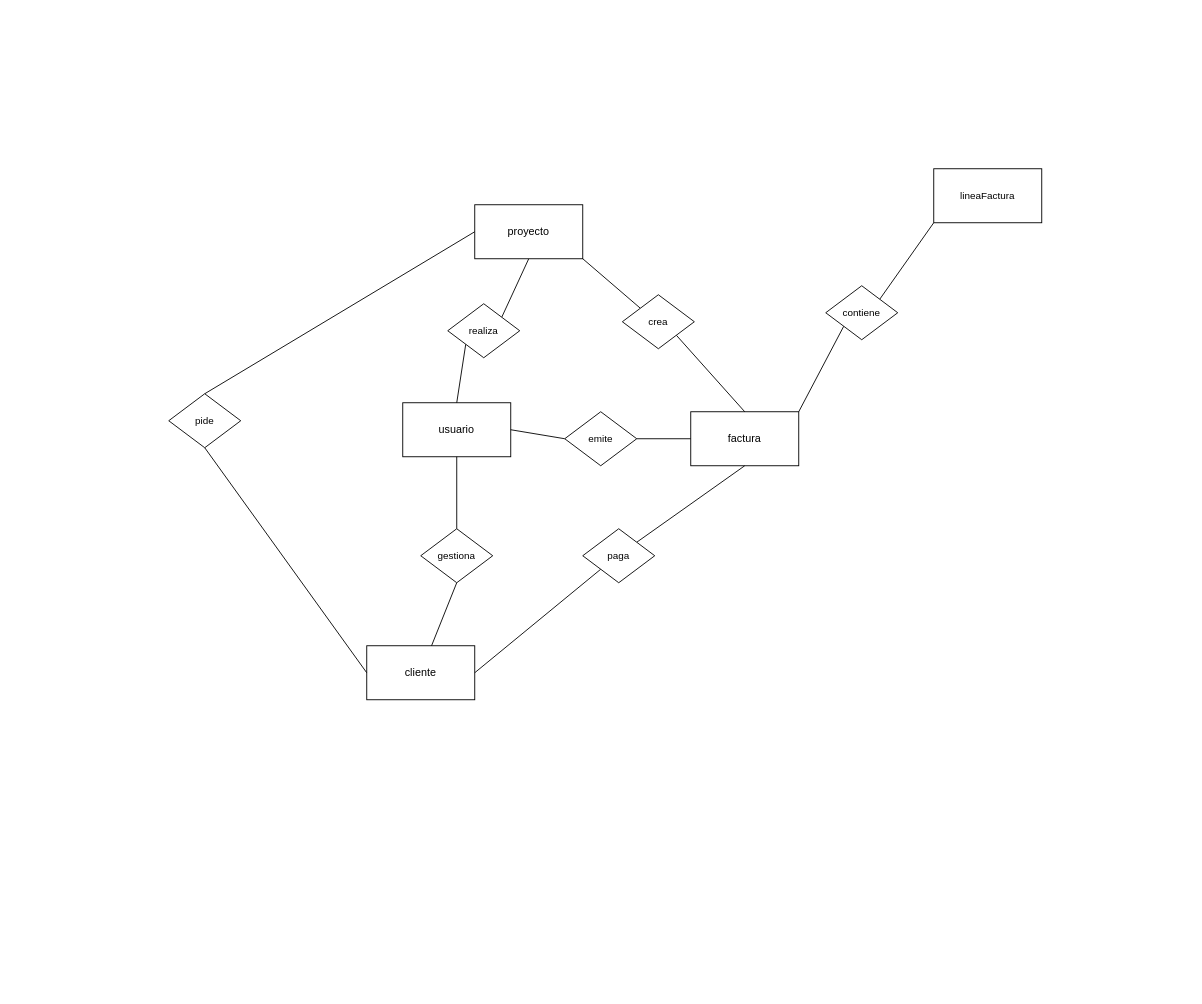
The draw.io diagram Diagrama sin título.drawio in DesSussu/CRUD, before the edit. Source tidied: cells renumbered, new cells numbered last; positions are measured from the earlier drawing's top-left corner, leaving out a move shared by most shapes. Both pictures are drawn from the tidied source at 90%, with x=0, y=0 at pixel (168, 168).
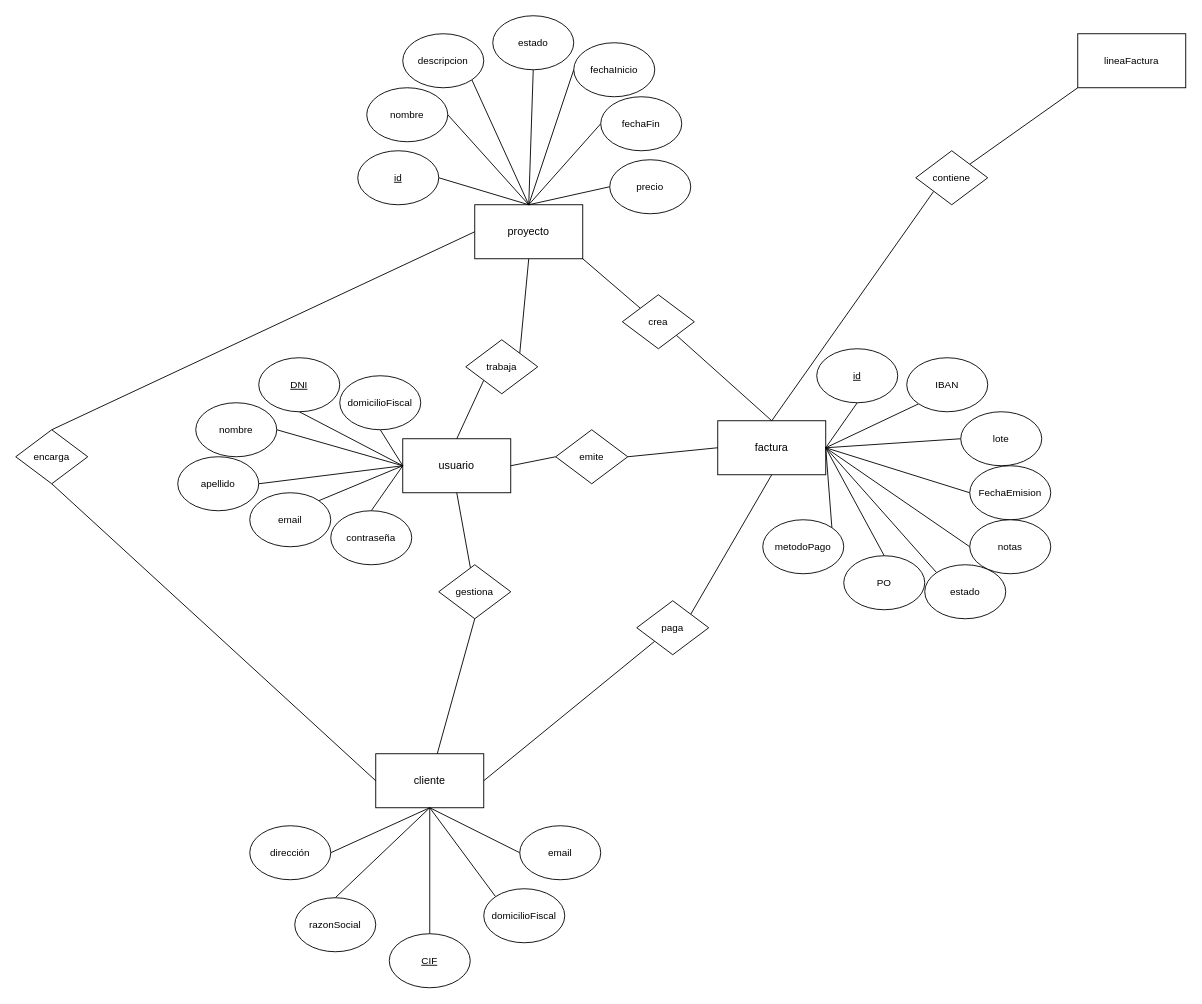
The same diagram, later.

The change refers to these unchanged cells:
```xml
<mxCell id="10" value="proyecto" style="rounded=0;whiteSpace=wrap;html=1;" parent="1" vertex="1">
  <mxGeometry x="340" y="40" width="120" height="60" as="geometry" />
</mxCell>
```

What changed in the source:
```diff
@@
+    <mxCell id="26" style="edgeStyle=none;shape=connector;rounded=0;jettySize=auto;html=1;exitX=0.5;exitY=0;exitDx=0;exitDy=0;entryX=0;entryY=1;entryDx=0;entryDy=0;strokeColor=default;align=center;verticalAlign=middle;fontFamily=Helvetica;fontSize=11;fontColor=default;labelBackgroundColor=default;startFill=0;endArrow=none;" parent="1" edge="1" source="3" target="27">
+      <mxGeometry relative="1" as="geometry" />
+    </mxCell>
     <mxCell id="3" value="factura" style="rounded=0;whiteSpace=wrap;html=1;" parent="1" vertex="1">
-      <mxGeometry x="580" y="270" width="120" height="60" as="geometry" />
+      <mxGeometry x="610" y="280" width="120" height="60" as="geometry" />
     </mxCell>
     <mxCell id="4" value="cliente" style="rounded=0;whiteSpace=wrap;html=1;" parent="1" vertex="1">
-      <mxGeometry x="220" y="530" width="120" height="60" as="geometry" />
+      <mxGeometry x="230" y="650" width="120" height="60" as="geometry" />
     </mxCell>
@@
     <mxCell id="7" value="usuario" style="rounded=0;whiteSpace=wrap;html=1;" parent="1" vertex="1">
-      <mxGeometry x="260" y="260" width="120" height="60" as="geometry" />
+      <mxGeometry x="260" y="300" width="120" height="60" as="geometry" />
     </mxCell>
@@
     <mxCell id="11" value="lineaFactura" style="rounded=0;whiteSpace=wrap;html=1;fontFamily=Helvetica;fontSize=11;fontColor=default;labelBackgroundColor=default;" parent="1" vertex="1">
-      <mxGeometry x="850" width="120" height="60" as="geometry" />
+      <mxGeometry x="1010" y="-150" width="120" height="60" as="geometry" />
     </mxCell>
@@
-    <mxCell id="14" value="pide" style="rhombus;whiteSpace=wrap;html=1;fontFamily=Helvetica;fontSize=11;fontColor=default;labelBackgroundColor=default;" parent="1" vertex="1">
-      <mxGeometry y="250" width="80" height="60" as="geometry" />
+    <mxCell id="14" value="encarga" style="rhombus;whiteSpace=wrap;html=1;fontFamily=Helvetica;fontSize=11;fontColor=default;labelBackgroundColor=default;" parent="1" vertex="1">
+      <mxGeometry x="-170" y="290" width="80" height="60" as="geometry" />
     </mxCell>
@@
     <mxCell id="16" value="gestiona" style="rhombus;whiteSpace=wrap;html=1;fontFamily=Helvetica;fontSize=11;fontColor=default;labelBackgroundColor=default;" parent="1" vertex="1">
-      <mxGeometry x="280" y="400" width="80" height="60" as="geometry" />
+      <mxGeometry x="300" y="440" width="80" height="60" as="geometry" />
     </mxCell>
@@
-    <mxCell id="18" value="realiza" style="rhombus;whiteSpace=wrap;html=1;fontFamily=Helvetica;fontSize=11;fontColor=default;labelBackgroundColor=default;" parent="1" vertex="1">
-      <mxGeometry x="310" y="150" width="80" height="60" as="geometry" />
+    <mxCell id="18" value="trabaja" style="rhombus;whiteSpace=wrap;html=1;fontFamily=Helvetica;fontSize=11;fontColor=default;labelBackgroundColor=default;" parent="1" vertex="1">
+      <mxGeometry x="330" y="190" width="80" height="60" as="geometry" />
     </mxCell>
@@
     <mxCell id="20" value="emite" style="rhombus;whiteSpace=wrap;html=1;fontFamily=Helvetica;fontSize=11;fontColor=default;labelBackgroundColor=default;" parent="1" vertex="1">
-      <mxGeometry x="440" y="270" width="80" height="60" as="geometry" />
+      <mxGeometry x="430" y="290" width="80" height="60" as="geometry" />
     </mxCell>
@@
     <mxCell id="25" value="paga" style="rhombus;whiteSpace=wrap;html=1;fontFamily=Helvetica;fontSize=11;fontColor=default;labelBackgroundColor=default;" parent="1" vertex="1">
-      <mxGeometry x="460" y="400" width="80" height="60" as="geometry" />
+      <mxGeometry x="520" y="480" width="80" height="60" as="geometry" />
     </mxCell>
-    <mxCell id="26" style="edgeStyle=none;shape=connector;rounded=0;jettySize=auto;html=1;exitX=1;exitY=0;exitDx=0;exitDy=0;entryX=0;entryY=1;entryDx=0;entryDy=0;strokeColor=default;align=center;verticalAlign=middle;fontFamily=Helvetica;fontSize=11;fontColor=default;labelBackgroundColor=default;startFill=0;endArrow=none;" parent="1" edge="1" source="3" target="27">
-      <mxGeometry relative="1" as="geometry" />
-    </mxCell>
     <mxCell id="27" value="contiene" style="rhombus;whiteSpace=wrap;html=1;fontFamily=Helvetica;fontSize=11;fontColor=default;labelBackgroundColor=default;" parent="1" vertex="1">
-      <mxGeometry x="730" y="130" width="80" height="60" as="geometry" />
+      <mxGeometry x="830" y="-20" width="80" height="60" as="geometry" />
     </mxCell>
+    <mxCell id="28" style="edgeStyle=none;shape=connector;rounded=0;jettySize=auto;html=1;exitX=1;exitY=0.5;exitDx=0;exitDy=0;entryX=0.5;entryY=0;entryDx=0;entryDy=0;strokeColor=default;align=center;verticalAlign=middle;fontFamily=Helvetica;fontSize=11;fontColor=default;labelBackgroundColor=default;startFill=0;endArrow=none;" parent="1" edge="1" source="29" target="10">
+      <mxGeometry relative="1" as="geometry" />
+    </mxCell>
+    <mxCell id="29" value="&lt;u&gt;id&lt;/u&gt;" style="ellipse;whiteSpace=wrap;html=1;fontFamily=Helvetica;fontSize=11;fontColor=default;labelBackgroundColor=default;" parent="1" vertex="1">
+      <mxGeometry x="210" y="-20" width="90" height="60" as="geometry" />
+    </mxCell>
+    <mxCell id="30" style="edgeStyle=none;shape=connector;rounded=0;jettySize=auto;html=1;exitX=1;exitY=0.5;exitDx=0;exitDy=0;entryX=0.5;entryY=0;entryDx=0;entryDy=0;strokeColor=default;align=center;verticalAlign=middle;fontFamily=Helvetica;fontSize=11;fontColor=default;labelBackgroundColor=default;startFill=0;endArrow=none;" parent="1" edge="1" source="31" target="10">
+      <mxGeometry relative="1" as="geometry" />
+    </mxCell>
+    <mxCell id="31" value="nombre" style="ellipse;whiteSpace=wrap;html=1;fontFamily=Helvetica;fontSize=11;fontColor=default;labelBackgroundColor=default;" parent="1" vertex="1">
+      <mxGeometry x="220" y="-90" width="90" height="60" as="geometry" />
+    </mxCell>
+    <mxCell id="32" style="edgeStyle=none;shape=connector;rounded=0;jettySize=auto;html=1;exitX=1;exitY=1;exitDx=0;exitDy=0;strokeColor=default;align=center;verticalAlign=middle;fontFamily=Helvetica;fontSize=11;fontColor=default;labelBackgroundColor=default;startFill=0;endArrow=none;" parent="1" edge="1" source="33">
+      <mxGeometry relative="1" as="geometry">
+        <mxPoint x="400" y="40" as="targetPoint" />
+      </mxGeometry>
+    </mxCell>
+    <mxCell id="33" value="descripcion" style="ellipse;whiteSpace=wrap;html=1;fontFamily=Helvetica;fontSize=11;fontColor=default;labelBackgroundColor=default;" parent="1" vertex="1">
+      <mxGeometry x="260" y="-150" width="90" height="60" as="geometry" />
+    </mxCell>
+    <mxCell id="34" style="edgeStyle=none;shape=connector;rounded=0;jettySize=auto;html=1;exitX=0.5;exitY=1;exitDx=0;exitDy=0;entryX=0.5;entryY=0;entryDx=0;entryDy=0;strokeColor=default;align=center;verticalAlign=middle;fontFamily=Helvetica;fontSize=11;fontColor=default;labelBackgroundColor=default;startFill=0;endArrow=none;" parent="1" edge="1" source="35" target="10">
+      <mxGeometry relative="1" as="geometry" />
+    </mxCell>
+    <mxCell id="35" value="estado" style="ellipse;whiteSpace=wrap;html=1;fontFamily=Helvetica;fontSize=11;fontColor=default;labelBackgroundColor=default;" parent="1" vertex="1">
+      <mxGeometry x="360" y="-170" width="90" height="60" as="geometry" />
+    </mxCell>
+    <mxCell id="36" style="edgeStyle=none;shape=connector;rounded=0;jettySize=auto;html=1;exitX=0;exitY=0.5;exitDx=0;exitDy=0;entryX=0.5;entryY=0;entryDx=0;entryDy=0;strokeColor=default;align=center;verticalAlign=middle;fontFamily=Helvetica;fontSize=11;fontColor=default;labelBackgroundColor=default;startFill=0;endArrow=none;" parent="1" edge="1" source="37" target="10">
+      <mxGeometry relative="1" as="geometry" />
+    </mxCell>
+    <mxCell id="37" value="fechaInicio" style="ellipse;whiteSpace=wrap;html=1;fontFamily=Helvetica;fontSize=11;fontColor=default;labelBackgroundColor=default;" parent="1" vertex="1">
+      <mxGeometry x="450" y="-140" width="90" height="60" as="geometry" />
+    </mxCell>
+    <mxCell id="38" style="edgeStyle=none;shape=connector;rounded=0;jettySize=auto;html=1;exitX=0;exitY=0.5;exitDx=0;exitDy=0;entryX=0.5;entryY=0;entryDx=0;entryDy=0;strokeColor=default;align=center;verticalAlign=middle;fontFamily=Helvetica;fontSize=11;fontColor=default;labelBackgroundColor=default;startFill=0;endArrow=none;" parent="1" edge="1" source="39" target="10">
+      <mxGeometry relative="1" as="geometry" />
+    </mxCell>
+    <mxCell id="39" value="fechaFin" style="ellipse;whiteSpace=wrap;html=1;fontFamily=Helvetica;fontSize=11;fontColor=default;labelBackgroundColor=default;" parent="1" vertex="1">
+      <mxGeometry x="480" y="-80" width="90" height="60" as="geometry" />
+    </mxCell>
+    <mxCell id="40" style="edgeStyle=none;shape=connector;rounded=0;jettySize=auto;html=1;exitX=0;exitY=0.5;exitDx=0;exitDy=0;entryX=0.5;entryY=0;entryDx=0;entryDy=0;strokeColor=default;align=center;verticalAlign=middle;fontFamily=Helvetica;fontSize=11;fontColor=default;labelBackgroundColor=default;startFill=0;endArrow=none;" parent="1" edge="1" source="41" target="10">
+      <mxGeometry relative="1" as="geometry" />
+    </mxCell>
+    <mxCell id="41" value="precio" style="ellipse;whiteSpace=wrap;html=1;fontFamily=Helvetica;fontSize=11;fontColor=default;labelBackgroundColor=default;" parent="1" vertex="1">
+      <mxGeometry x="490" y="-10" width="90" height="60" as="geometry" />
+    </mxCell>
+    <mxCell id="42" style="edgeStyle=none;shape=connector;rounded=0;jettySize=auto;html=1;exitX=0.5;exitY=1;exitDx=0;exitDy=0;entryX=0;entryY=0.5;entryDx=0;entryDy=0;strokeColor=default;align=center;verticalAlign=middle;fontFamily=Helvetica;fontSize=11;fontColor=default;labelBackgroundColor=default;startFill=0;endArrow=none;" parent="1" edge="1" source="43" target="7">
+      <mxGeometry relative="1" as="geometry" />
+    </mxCell>
+    <mxCell id="43" value="&lt;u&gt;DNI&lt;/u&gt;" style="ellipse;whiteSpace=wrap;html=1;fontFamily=Helvetica;fontSize=11;fontColor=default;labelBackgroundColor=default;" parent="1" vertex="1">
+      <mxGeometry x="100" y="210" width="90" height="60" as="geometry" />
+    </mxCell>
+    <mxCell id="44" style="edgeStyle=none;shape=connector;rounded=0;jettySize=auto;html=1;exitX=1;exitY=0.5;exitDx=0;exitDy=0;entryX=0;entryY=0.5;entryDx=0;entryDy=0;strokeColor=default;align=center;verticalAlign=middle;fontFamily=Helvetica;fontSize=11;fontColor=default;labelBackgroundColor=default;startFill=0;endArrow=none;" parent="1" edge="1" source="45" target="7">
+      <mxGeometry relative="1" as="geometry" />
+    </mxCell>
+    <mxCell id="45" value="nombre" style="ellipse;whiteSpace=wrap;html=1;fontFamily=Helvetica;fontSize=11;fontColor=default;labelBackgroundColor=default;" parent="1" vertex="1">
+      <mxGeometry x="30" y="260" width="90" height="60" as="geometry" />
+    </mxCell>
+    <mxCell id="46" style="edgeStyle=none;shape=connector;rounded=0;jettySize=auto;html=1;exitX=1;exitY=0.5;exitDx=0;exitDy=0;entryX=0;entryY=0.5;entryDx=0;entryDy=0;strokeColor=default;align=center;verticalAlign=middle;fontFamily=Helvetica;fontSize=11;fontColor=default;labelBackgroundColor=default;startFill=0;endArrow=none;" parent="1" edge="1" source="47" target="7">
+      <mxGeometry relative="1" as="geometry" />
+    </mxCell>
+    <mxCell id="47" value="apellido" style="ellipse;whiteSpace=wrap;html=1;fontFamily=Helvetica;fontSize=11;fontColor=default;labelBackgroundColor=default;" parent="1" vertex="1">
+      <mxGeometry x="10" y="320" width="90" height="60" as="geometry" />
+    </mxCell>
+    <mxCell id="48" style="edgeStyle=none;shape=connector;rounded=0;jettySize=auto;html=1;exitX=1;exitY=0;exitDx=0;exitDy=0;entryX=0;entryY=0.5;entryDx=0;entryDy=0;strokeColor=default;align=center;verticalAlign=middle;fontFamily=Helvetica;fontSize=11;fontColor=default;labelBackgroundColor=default;startFill=0;endArrow=none;" parent="1" edge="1" source="49" target="7">
+      <mxGeometry relative="1" as="geometry" />
+    </mxCell>
+    <mxCell id="49" value="email" style="ellipse;whiteSpace=wrap;html=1;fontFamily=Helvetica;fontSize=11;fontColor=default;labelBackgroundColor=default;" parent="1" vertex="1">
+      <mxGeometry x="90" y="360" width="90" height="60" as="geometry" />
+    </mxCell>
+    <mxCell id="50" style="edgeStyle=none;shape=connector;rounded=0;jettySize=auto;html=1;exitX=0.5;exitY=0;exitDx=0;exitDy=0;strokeColor=default;align=center;verticalAlign=middle;fontFamily=Helvetica;fontSize=11;fontColor=default;labelBackgroundColor=default;startFill=0;endArrow=none;" parent="1" edge="1" source="51">
+      <mxGeometry relative="1" as="geometry">
+        <mxPoint x="260" y="330" as="targetPoint" />
+      </mxGeometry>
+    </mxCell>
+    <mxCell id="51" value="contraseña" style="ellipse;whiteSpace=wrap;html=1;fontFamily=Helvetica;fontSize=11;fontColor=default;labelBackgroundColor=default;" parent="1" vertex="1">
+      <mxGeometry x="180" y="380" width="90" height="60" as="geometry" />
+    </mxCell>
+    <mxCell id="52" style="edgeStyle=none;shape=connector;rounded=0;jettySize=auto;html=1;exitX=0.5;exitY=0;exitDx=0;exitDy=0;strokeColor=default;align=center;verticalAlign=middle;fontFamily=Helvetica;fontSize=11;fontColor=default;labelBackgroundColor=default;startFill=0;endArrow=none;" parent="1" edge="1" source="53" target="4">
+      <mxGeometry relative="1" as="geometry" />
+    </mxCell>
+    <mxCell id="53" value="&lt;u&gt;CIF&lt;/u&gt;" style="ellipse;whiteSpace=wrap;html=1;fontFamily=Helvetica;fontSize=11;fontColor=default;labelBackgroundColor=default;" parent="1" vertex="1">
+      <mxGeometry x="245" y="850" width="90" height="60" as="geometry" />
+    </mxCell>
+    <mxCell id="54" style="edgeStyle=none;shape=connector;rounded=0;jettySize=auto;html=1;exitX=0.5;exitY=1;exitDx=0;exitDy=0;strokeColor=default;align=center;verticalAlign=middle;fontFamily=Helvetica;fontSize=11;fontColor=default;labelBackgroundColor=default;startFill=0;endArrow=none;" parent="1" edge="1" source="55">
+      <mxGeometry relative="1" as="geometry">
+        <mxPoint x="260" y="330" as="targetPoint" />
+      </mxGeometry>
+    </mxCell>
+    <mxCell id="55" value="domicilioFiscal" style="ellipse;whiteSpace=wrap;html=1;fontFamily=Helvetica;fontSize=11;fontColor=default;labelBackgroundColor=default;" parent="1" vertex="1">
+      <mxGeometry x="190" y="230" width="90" height="60" as="geometry" />
+    </mxCell>
+    <mxCell id="56" style="edgeStyle=none;shape=connector;rounded=0;jettySize=auto;html=1;exitX=0.5;exitY=0;exitDx=0;exitDy=0;entryX=0.5;entryY=1;entryDx=0;entryDy=0;strokeColor=default;align=center;verticalAlign=middle;fontFamily=Helvetica;fontSize=11;fontColor=default;labelBackgroundColor=default;startFill=0;endArrow=none;" parent="1" edge="1" source="57" target="4">
+      <mxGeometry relative="1" as="geometry" />
+    </mxCell>
+    <mxCell id="57" value="razonSocial" style="ellipse;whiteSpace=wrap;html=1;fontFamily=Helvetica;fontSize=11;fontColor=default;labelBackgroundColor=default;" parent="1" vertex="1">
+      <mxGeometry x="140" y="810" width="90" height="60" as="geometry" />
+    </mxCell>
+    <mxCell id="58" style="edgeStyle=none;shape=connector;rounded=0;jettySize=auto;html=1;exitX=0;exitY=0;exitDx=0;exitDy=0;entryX=0.5;entryY=1;entryDx=0;entryDy=0;strokeColor=default;align=center;verticalAlign=middle;fontFamily=Helvetica;fontSize=11;fontColor=default;labelBackgroundColor=default;startFill=0;endArrow=none;" parent="1" edge="1" source="59" target="4">
+      <mxGeometry relative="1" as="geometry" />
+    </mxCell>
+    <mxCell id="59" value="domicilioFiscal" style="ellipse;whiteSpace=wrap;html=1;fontFamily=Helvetica;fontSize=11;fontColor=default;labelBackgroundColor=default;" parent="1" vertex="1">
+      <mxGeometry x="350" y="800" width="90" height="60" as="geometry" />
+    </mxCell>
+    <mxCell id="60" style="edgeStyle=none;shape=connector;rounded=0;jettySize=auto;html=1;exitX=0.5;exitY=1;exitDx=0;exitDy=0;entryX=1;entryY=0.5;entryDx=0;entryDy=0;strokeColor=default;align=center;verticalAlign=middle;fontFamily=Helvetica;fontSize=11;fontColor=default;labelBackgroundColor=default;startFill=0;endArrow=none;" parent="1" edge="1" source="61" target="3">
+      <mxGeometry relative="1" as="geometry" />
+    </mxCell>
+    <mxCell id="61" value="&lt;u&gt;id&lt;/u&gt;" style="ellipse;whiteSpace=wrap;html=1;fontFamily=Helvetica;fontSize=11;fontColor=default;labelBackgroundColor=default;" parent="1" vertex="1">
+      <mxGeometry x="720" y="200" width="90" height="60" as="geometry" />
+    </mxCell>
+    <mxCell id="62" style="edgeStyle=none;shape=connector;rounded=0;jettySize=auto;html=1;exitX=0;exitY=1;exitDx=0;exitDy=0;entryX=1;entryY=0.5;entryDx=0;entryDy=0;strokeColor=default;align=center;verticalAlign=middle;fontFamily=Helvetica;fontSize=11;fontColor=default;labelBackgroundColor=default;startFill=0;endArrow=none;" parent="1" edge="1" source="63" target="3">
+      <mxGeometry relative="1" as="geometry" />
+    </mxCell>
+    <mxCell id="63" value="IBAN" style="ellipse;whiteSpace=wrap;html=1;fontFamily=Helvetica;fontSize=11;fontColor=default;labelBackgroundColor=default;" parent="1" vertex="1">
+      <mxGeometry x="820" y="210" width="90" height="60" as="geometry" />
+    </mxCell>
+    <mxCell id="64" style="edgeStyle=none;shape=connector;rounded=0;jettySize=auto;html=1;exitX=0;exitY=0.5;exitDx=0;exitDy=0;entryX=1;entryY=0.5;entryDx=0;entryDy=0;strokeColor=default;align=center;verticalAlign=middle;fontFamily=Helvetica;fontSize=11;fontColor=default;labelBackgroundColor=default;startFill=0;endArrow=none;" parent="1" edge="1" source="65" target="3">
+      <mxGeometry relative="1" as="geometry" />
+    </mxCell>
+    <mxCell id="65" value="lote" style="ellipse;whiteSpace=wrap;html=1;fontFamily=Helvetica;fontSize=11;fontColor=default;labelBackgroundColor=default;" parent="1" vertex="1">
+      <mxGeometry x="880" y="270" width="90" height="60" as="geometry" />
+    </mxCell>
+    <mxCell id="66" style="edgeStyle=none;shape=connector;rounded=0;jettySize=auto;html=1;exitX=0;exitY=0.5;exitDx=0;exitDy=0;entryX=1;entryY=0.5;entryDx=0;entryDy=0;strokeColor=default;align=center;verticalAlign=middle;fontFamily=Helvetica;fontSize=11;fontColor=default;labelBackgroundColor=default;startFill=0;endArrow=none;" parent="1" edge="1" source="67" target="3">
+      <mxGeometry relative="1" as="geometry" />
+    </mxCell>
+    <mxCell id="67" value="FechaEmision" style="ellipse;whiteSpace=wrap;html=1;fontFamily=Helvetica;fontSize=11;fontColor=default;labelBackgroundColor=default;" parent="1" vertex="1">
+      <mxGeometry x="890" y="330" width="90" height="60" as="geometry" />
+    </mxCell>
+    <mxCell id="68" style="edgeStyle=none;shape=connector;rounded=0;jettySize=auto;html=1;exitX=0;exitY=0;exitDx=0;exitDy=0;entryX=1;entryY=0.5;entryDx=0;entryDy=0;strokeColor=default;align=center;verticalAlign=middle;fontFamily=Helvetica;fontSize=11;fontColor=default;labelBackgroundColor=default;startFill=0;endArrow=none;" parent="1" edge="1" source="69" target="3">
+      <mxGeometry relative="1" as="geometry" />
+    </mxCell>
+    <mxCell id="69" value="estado" style="ellipse;whiteSpace=wrap;html=1;fontFamily=Helvetica;fontSize=11;fontColor=default;labelBackgroundColor=default;" parent="1" vertex="1">
+      <mxGeometry x="840" y="440" width="90" height="60" as="geometry" />
+    </mxCell>
+    <mxCell id="70" style="edgeStyle=none;shape=connector;rounded=0;jettySize=auto;html=1;exitX=1;exitY=0;exitDx=0;exitDy=0;entryX=1;entryY=0.5;entryDx=0;entryDy=0;strokeColor=default;align=center;verticalAlign=middle;fontFamily=Helvetica;fontSize=11;fontColor=default;labelBackgroundColor=default;startFill=0;endArrow=none;" parent="1" edge="1" source="71" target="3">
+      <mxGeometry relative="1" as="geometry" />
+    </mxCell>
+    <mxCell id="71" value="metodoPago" style="ellipse;whiteSpace=wrap;html=1;fontFamily=Helvetica;fontSize=11;fontColor=default;labelBackgroundColor=default;" parent="1" vertex="1">
+      <mxGeometry x="660" y="390" width="90" height="60" as="geometry" />
+    </mxCell>
+    <mxCell id="72" style="edgeStyle=none;shape=connector;rounded=0;jettySize=auto;html=1;exitX=0.5;exitY=0;exitDx=0;exitDy=0;entryX=1;entryY=0.5;entryDx=0;entryDy=0;strokeColor=default;align=center;verticalAlign=middle;fontFamily=Helvetica;fontSize=11;fontColor=default;labelBackgroundColor=default;startFill=0;endArrow=none;" parent="1" edge="1" source="73" target="3">
+      <mxGeometry relative="1" as="geometry" />
+    </mxCell>
+    <mxCell id="73" value="PO" style="ellipse;whiteSpace=wrap;html=1;fontFamily=Helvetica;fontSize=11;fontColor=default;labelBackgroundColor=default;" parent="1" vertex="1">
+      <mxGeometry x="750" y="430" width="90" height="60" as="geometry" />
+    </mxCell>
+    <mxCell id="74" style="edgeStyle=none;shape=connector;rounded=0;jettySize=auto;html=1;exitX=0;exitY=0.5;exitDx=0;exitDy=0;entryX=1;entryY=0.5;entryDx=0;entryDy=0;strokeColor=default;align=center;verticalAlign=middle;fontFamily=Helvetica;fontSize=11;fontColor=default;labelBackgroundColor=default;startFill=0;endArrow=none;" parent="1" edge="1" source="75" target="3">
+      <mxGeometry relative="1" as="geometry" />
+    </mxCell>
+    <mxCell id="75" value="notas" style="ellipse;whiteSpace=wrap;html=1;fontFamily=Helvetica;fontSize=11;fontColor=default;labelBackgroundColor=default;" parent="1" vertex="1">
+      <mxGeometry x="890" y="390" width="90" height="60" as="geometry" />
+    </mxCell>
+    <mxCell id="76" style="edgeStyle=none;shape=connector;rounded=0;jettySize=auto;html=1;exitX=0;exitY=0.5;exitDx=0;exitDy=0;strokeColor=default;align=center;verticalAlign=middle;fontFamily=Helvetica;fontSize=11;fontColor=default;labelBackgroundColor=default;startFill=0;endArrow=none;" parent="1" edge="1" source="77">
+      <mxGeometry relative="1" as="geometry">
+        <mxPoint x="290" y="710" as="targetPoint" />
+      </mxGeometry>
+    </mxCell>
+    <mxCell id="77" value="email" style="ellipse;whiteSpace=wrap;html=1;fontFamily=Helvetica;fontSize=11;fontColor=default;labelBackgroundColor=default;" parent="1" vertex="1">
+      <mxGeometry x="390" y="730" width="90" height="60" as="geometry" />
+    </mxCell>
+    <mxCell id="78" style="edgeStyle=none;shape=connector;rounded=0;jettySize=auto;html=1;exitX=1;exitY=0.5;exitDx=0;exitDy=0;entryX=0.5;entryY=1;entryDx=0;entryDy=0;strokeColor=default;align=center;verticalAlign=middle;fontFamily=Helvetica;fontSize=11;fontColor=default;labelBackgroundColor=default;startFill=0;endArrow=none;" parent="1" edge="1" source="79" target="4">
+      <mxGeometry relative="1" as="geometry" />
+    </mxCell>
+    <mxCell id="79" value="dirección" style="ellipse;whiteSpace=wrap;html=1;fontFamily=Helvetica;fontSize=11;fontColor=default;labelBackgroundColor=default;" parent="1" vertex="1">
+      <mxGeometry x="90" y="730" width="90" height="60" as="geometry" />
+    </mxCell>
```
